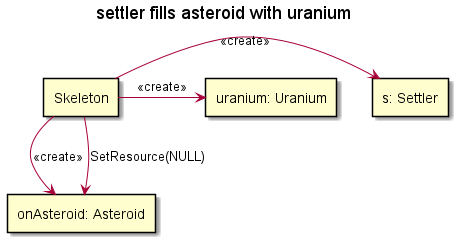
Earlier version of the PlantUML export uml/plantuml/out/settler fills asteroid with uranium/settler fills asteroid with uranium init/settler fills asteroid with uranium.png (triszt4n/projlab_holy_oil).
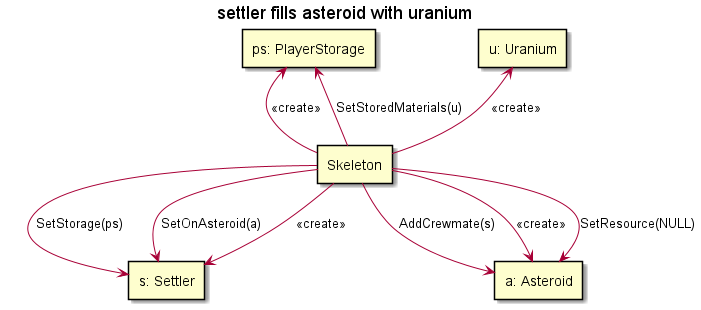
After the commit.

Diff of the diagram source:
```diff
@@ -3,14 +3,20 @@
 title "settler fills asteroid with uranium"
 
 rectangle "s: Settler" as settler
-rectangle "onAsteroid: Asteroid" as onAsteroid
-rectangle "uranium: Uranium" as uranium
+rectangle "a: Asteroid" as onAsteroid
+rectangle "u: Uranium" as uranium
 rectangle "Skeleton" as skeleton
+rectangle "ps: PlayerStorage" as storage
 
 skeleton->settler : <<create>>
-skeleton->onAsteroid: <<create>>
-skeleton->uranium: <<create>>
+skeleton-->onAsteroid: <<create>>
+skeleton-up->uranium: <<create>>
+skeleton-up->storage: <<create>>
 
 skeleton-down->onAsteroid: SetResource(NULL)
+skeleton->onAsteroid: AddCrewmate(s)
+skeleton->settler: SetStorage(ps)
+skeleton-up->settler: SetOnAsteroid(a)
+skeleton->storage: SetStoredMaterials(u)
 
 @enduml
```
